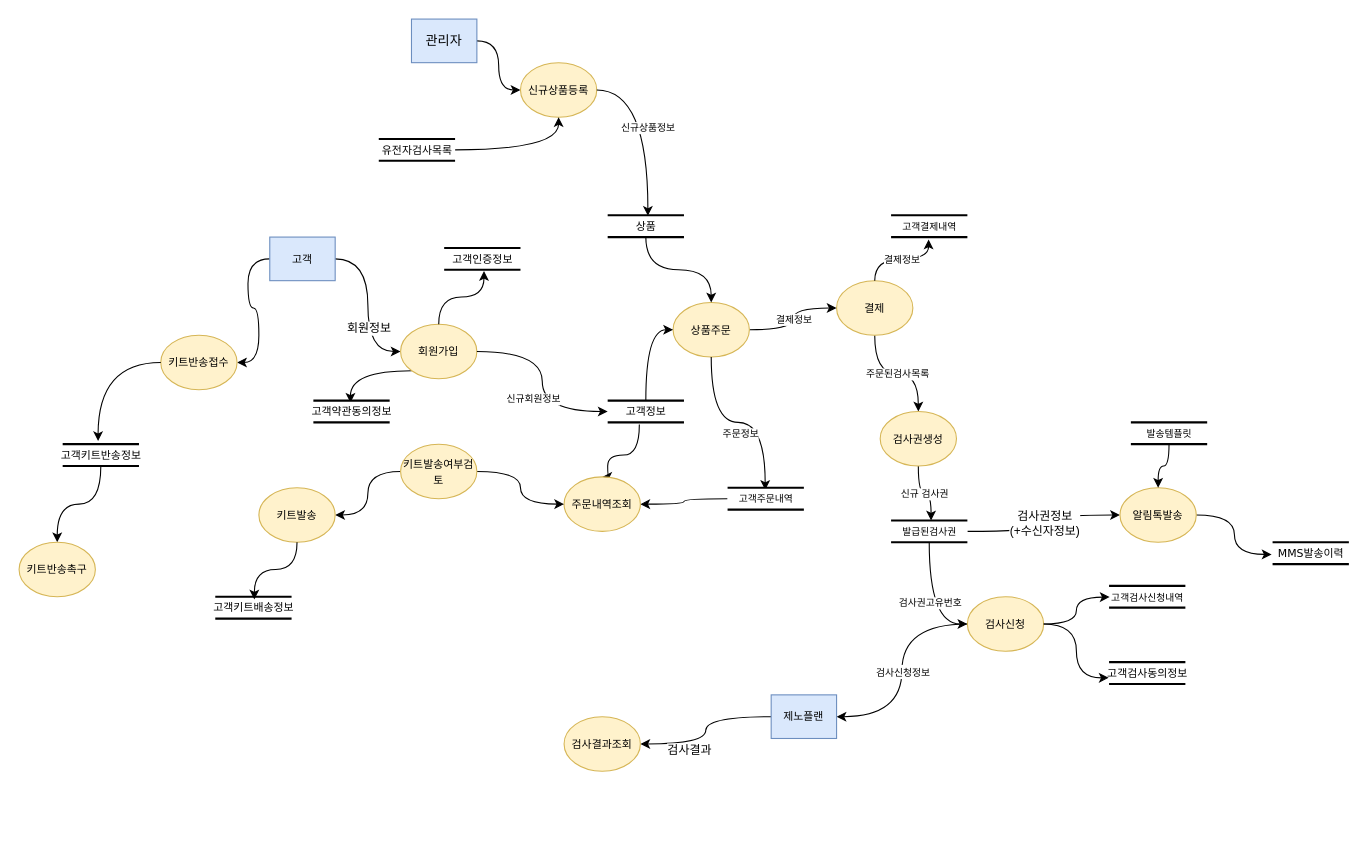
k3srpn/Architecture keeps this draw.io diagram as DFD_제노플랜.drawio. Above is the earlier version. Source tidied: cells renumbered, new cells numbered last; positions are measured from the earlier drawing's top-left corner, leaving out a move shared by most shapes. Both pictures are drawn from the tidied source at 109%, with x=0, y=0 at pixel (19, 19).
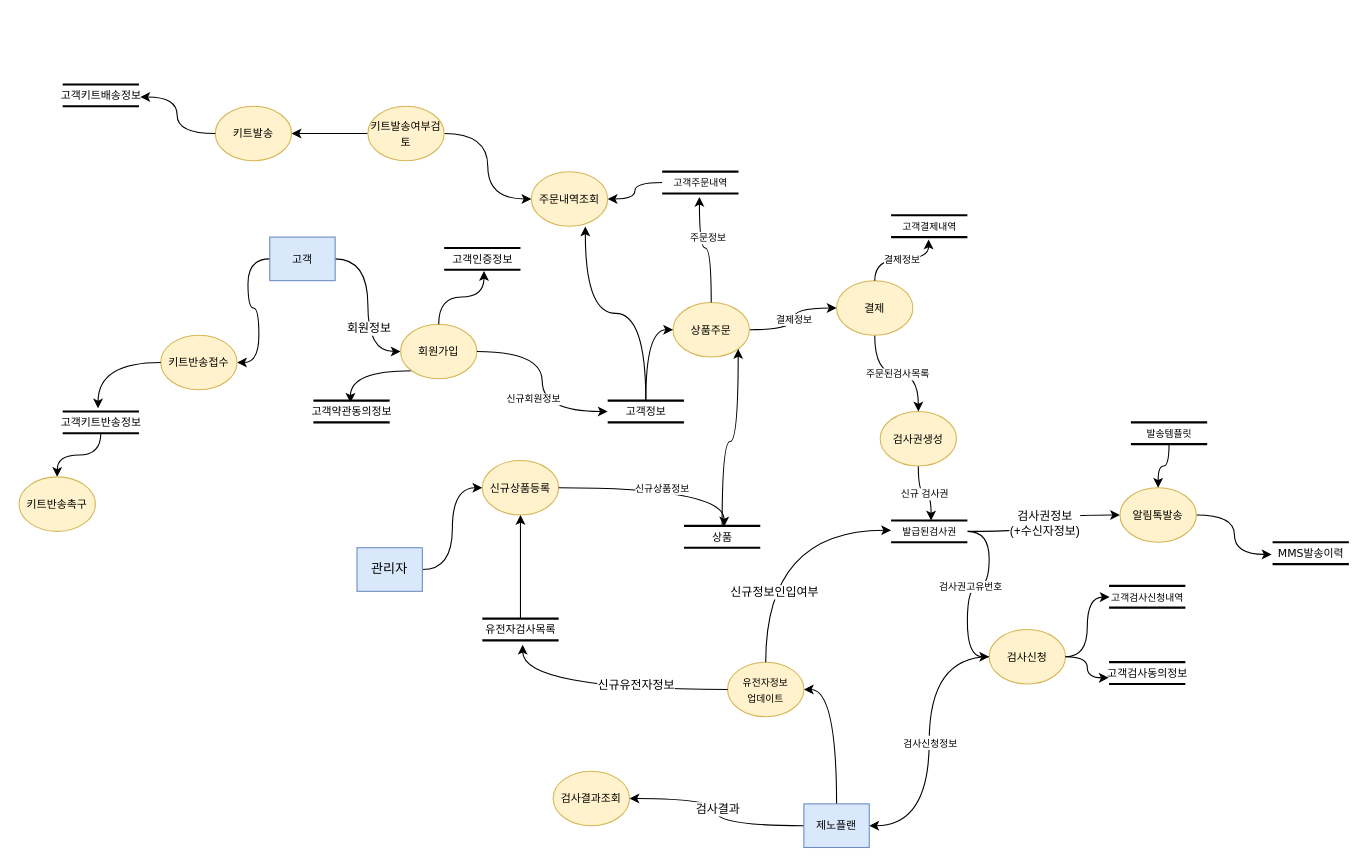
The same page after the edit.

Commit message:
유전자정보업데이트 프로세스 추가

Unchanged cells that the change refers to:
```xml
<mxCell id="11" value="&lt;font style=&quot;font-size: 10px;&quot;&gt;상품주문&lt;/font&gt;" style="ellipse;whiteSpace=wrap;html=1;rounded=1;shadow=0;comic=0;labelBackgroundColor=none;strokeWidth=1;fontFamily=Verdana;fontSize=12;align=center;fillColor=#fff2cc;strokeColor=#d6b656;" parent="1" vertex="1">
  <mxGeometry x="600" y="260" width="70" height="50" as="geometry" />
</mxCell>
<mxCell id="16" style="edgeStyle=orthogonalEdgeStyle;rounded=0;jettySize=auto;html=1;entryX=1;entryY=0.5;entryDx=0;entryDy=0;curved=1;" parent="1" edge="1" source="18" target="29">
  <mxGeometry relative="1" as="geometry" />
</mxCell>
<mxCell id="28" value="&lt;font style=&quot;font-size: 9px;&quot;&gt;발급된검사권&lt;br&gt;&lt;/font&gt;" style="html=1;rounded=0;shadow=0;comic=0;labelBackgroundColor=none;strokeWidth=2;fontFamily=Verdana;fontSize=12;align=center;shape=mxgraph.ios7ui.horLines;" parent="1" vertex="1">
  <mxGeometry x="800" y="460" width="70" height="20" as="geometry" />
</mxCell>
<mxCell id="53" value="&lt;font size=&quot;1&quot;&gt;고객정보&lt;/font&gt;" style="html=1;rounded=0;shadow=0;comic=0;labelBackgroundColor=none;strokeWidth=2;fontFamily=Verdana;fontSize=12;align=center;shape=mxgraph.ios7ui.horLines;" parent="1" vertex="1">
  <mxGeometry x="540" y="350" width="70" height="20" as="geometry" />
</mxCell>
```

What changed in the source:
```diff
@@
     <mxCell id="5" value="&lt;font style=&quot;font-size: 10px;&quot;&gt;검사신청&lt;/font&gt;" style="ellipse;whiteSpace=wrap;html=1;rounded=1;shadow=0;comic=0;labelBackgroundColor=none;strokeWidth=1;fontFamily=Verdana;fontSize=12;align=center;fillColor=#fff2cc;strokeColor=#d6b656;" parent="1" vertex="1">
-      <mxGeometry x="870" y="530" width="70" height="50" as="geometry" />
+      <mxGeometry x="890" y="560" width="70" height="50" as="geometry" />
     </mxCell>
@@
-    <mxCell id="12" style="edgeStyle=orthogonalEdgeStyle;rounded=0;jettySize=auto;html=1;entryX=0.493;entryY=0.1;entryDx=0;entryDy=0;entryPerimeter=0;curved=1;" parent="1" edge="1" source="11" target="15">
+    <mxCell id="12" style="edgeStyle=orthogonalEdgeStyle;rounded=0;jettySize=auto;html=1;entryX=0.488;entryY=1.159;entryDx=0;entryDy=0;entryPerimeter=0;curved=1;" parent="1" edge="1" source="11" target="15">
       <mxGeometry relative="1" as="geometry" />
     </mxCell>
@@
     <mxCell id="15" value="&lt;font style=&quot;font-size: 9px;&quot;&gt;고객주문내역&lt;/font&gt;" style="html=1;rounded=0;shadow=0;comic=0;labelBackgroundColor=none;strokeWidth=2;fontFamily=Verdana;fontSize=12;align=center;shape=mxgraph.ios7ui.horLines;" parent="1" vertex="1">
-      <mxGeometry x="650" y="430" width="70" height="20" as="geometry" />
+      <mxGeometry x="590" y="140" width="70" height="20" as="geometry" />
     </mxCell>
@@
     <mxCell id="17" value="검사결과" style="edgeLabel;html=1;align=center;verticalAlign=middle;" parent="16" vertex="1">
       <mxGeometry relative="1" as="geometry">
-        <mxPoint x="-16" y="17" as="offset" />
+        <mxPoint y="-3" as="offset" />
       </mxGeometry>
     </mxCell>
+    <mxCell id="74" style="edgeStyle=orthogonalEdgeStyle;rounded=0;jettySize=auto;html=1;entryX=1;entryY=0.5;entryDx=0;entryDy=0;curved=1;exitX=0.5;exitY=0;exitDx=0;exitDy=0;" parent="1" edge="1" source="18" target="75">
+      <mxGeometry relative="1" as="geometry" />
+    </mxCell>
     <mxCell id="18" value="&lt;span style=&quot;font-size: 10px;&quot;&gt;제노플랜&lt;/span&gt;" style="rounded=0;whiteSpace=wrap;html=1;fillColor=#dae8fc;strokeColor=#6c8ebf;" parent="1" vertex="1">
-      <mxGeometry x="690" y="620" width="60" height="40" as="geometry" />
+      <mxGeometry x="720" y="720" width="60" height="40" as="geometry" />
     </mxCell>
@@
     <mxCell id="29" value="&lt;span style=&quot;font-size: 10px;&quot;&gt;검사결과조회&lt;/span&gt;" style="ellipse;whiteSpace=wrap;html=1;rounded=1;shadow=0;comic=0;labelBackgroundColor=none;strokeWidth=1;fontFamily=Verdana;fontSize=12;align=center;fillColor=#fff2cc;strokeColor=#d6b656;" parent="1" vertex="1">
-      <mxGeometry x="500" y="640" width="70" height="50" as="geometry" />
+      <mxGeometry x="490" y="690" width="70" height="50" as="geometry" />
     </mxCell>
-    <mxCell id="30" style="edgeStyle=orthogonalEdgeStyle;rounded=0;jettySize=auto;html=1;entryX=0;entryY=0.5;entryDx=0;entryDy=0;curved=1;" parent="1" edge="1" source="31" target="32">
+    <mxCell id="30" style="edgeStyle=orthogonalEdgeStyle;rounded=0;jettySize=auto;html=1;entryX=0;entryY=0.5;entryDx=0;entryDy=0;curved=1;exitX=1;exitY=0.5;exitDx=0;exitDy=0;" parent="1" edge="1" source="31" target="32">
       <mxGeometry relative="1" as="geometry" />
     </mxCell>
     <mxCell id="31" value="관리자" style="rounded=0;whiteSpace=wrap;html=1;fillColor=#dae8fc;strokeColor=#6c8ebf;" parent="1" vertex="1">
-      <mxGeometry x="360" width="60" height="40" as="geometry" />
+      <mxGeometry x="310" y="485" width="60" height="40" as="geometry" />
     </mxCell>
     <mxCell id="32" value="&lt;span style=&quot;font-size: 10px;&quot;&gt;신규상품등록&lt;/span&gt;" style="ellipse;whiteSpace=wrap;html=1;rounded=1;shadow=0;comic=0;labelBackgroundColor=none;strokeWidth=1;fontFamily=Verdana;fontSize=12;align=center;fillColor=#fff2cc;strokeColor=#d6b656;" parent="1" vertex="1">
-      <mxGeometry x="460" y="40" width="70" height="50" as="geometry" />
+      <mxGeometry x="425" y="405" width="70" height="50" as="geometry" />
     </mxCell>
@@
     <mxCell id="34" value="&lt;font size=&quot;1&quot;&gt;유전자검사목록&lt;/font&gt;" style="html=1;rounded=0;shadow=0;comic=0;labelBackgroundColor=none;strokeWidth=2;fontFamily=Verdana;fontSize=12;align=center;shape=mxgraph.ios7ui.horLines;" parent="1" vertex="1">
-      <mxGeometry x="330" y="110" width="70" height="20" as="geometry" />
+      <mxGeometry x="425" y="550" width="70" height="20" as="geometry" />
     </mxCell>
-    <mxCell id="35" style="edgeStyle=orthogonalEdgeStyle;rounded=0;jettySize=auto;html=1;entryX=0.5;entryY=0;entryDx=0;entryDy=0;curved=1;" parent="1" edge="1" source="36" target="11">
+    <mxCell id="35" style="edgeStyle=orthogonalEdgeStyle;rounded=0;jettySize=auto;html=1;entryX=1;entryY=1;entryDx=0;entryDy=0;curved=1;" parent="1" edge="1" source="36" target="11">
       <mxGeometry relative="1" as="geometry" />
     </mxCell>
     <mxCell id="36" value="&lt;font size=&quot;1&quot;&gt;상품&lt;/font&gt;" style="html=1;rounded=0;shadow=0;comic=0;labelBackgroundColor=none;strokeWidth=2;fontFamily=Verdana;fontSize=12;align=center;shape=mxgraph.ios7ui.horLines;" parent="1" vertex="1">
-      <mxGeometry x="540" y="180" width="70" height="20" as="geometry" />
+      <mxGeometry x="610" y="465" width="70" height="20" as="geometry" />
     </mxCell>
@@
-    <mxCell id="52" style="edgeStyle=orthogonalEdgeStyle;rounded=0;jettySize=auto;html=1;entryX=0.5;entryY=0;entryDx=0;entryDy=0;curved=1;exitX=0.415;exitY=1.1;exitDx=0;exitDy=0;exitPerimeter=0;" parent="1" edge="1" source="53" target="56">
-      <mxGeometry relative="1" as="geometry">
-        <Array as="points">
-          <mxPoint x="570" y="400" />
-          <mxPoint x="540" y="400" />
-        </Array>
-      </mxGeometry>
-    </mxCell>
@@
     <mxCell id="56" value="&lt;span style=&quot;font-size: 10px;&quot;&gt;주문내역조회&lt;/span&gt;" style="ellipse;whiteSpace=wrap;html=1;rounded=1;shadow=0;comic=0;labelBackgroundColor=none;strokeWidth=1;fontFamily=Verdana;fontSize=12;align=center;fillColor=#fff2cc;strokeColor=#d6b656;" parent="1" vertex="1">
-      <mxGeometry x="500" y="420" width="70" height="50" as="geometry" />
+      <mxGeometry x="470" y="140" width="70" height="50" as="geometry" />
     </mxCell>
@@
     <mxCell id="59" value="&lt;span style=&quot;font-size: 10px;&quot;&gt;키트발송여부검토&lt;/span&gt;" style="ellipse;whiteSpace=wrap;html=1;rounded=1;shadow=0;comic=0;labelBackgroundColor=none;strokeWidth=1;fontFamily=Verdana;fontSize=12;align=center;fillColor=#fff2cc;strokeColor=#d6b656;" parent="1" vertex="1">
-      <mxGeometry x="350" y="390" width="70" height="50" as="geometry" />
+      <mxGeometry x="320" y="80" width="70" height="50" as="geometry" />
     </mxCell>
     <mxCell id="60" value="&lt;font size=&quot;1&quot;&gt;고객키트배송정보&lt;/font&gt;" style="html=1;rounded=0;shadow=0;comic=0;labelBackgroundColor=none;strokeWidth=2;fontFamily=Verdana;fontSize=12;align=center;shape=mxgraph.ios7ui.horLines;" parent="1" vertex="1">
-      <mxGeometry x="180" y="530" width="70" height="20" as="geometry" />
+      <mxGeometry x="40" y="60" width="70" height="20" as="geometry" />
     </mxCell>
@@
     <mxCell id="67" value="&lt;span style=&quot;font-size: 10px;&quot;&gt;키트발송&lt;/span&gt;" style="ellipse;whiteSpace=wrap;html=1;rounded=1;shadow=0;comic=0;labelBackgroundColor=none;strokeWidth=1;fontFamily=Verdana;fontSize=12;align=center;fillColor=#fff2cc;strokeColor=#d6b656;" parent="1" vertex="1">
-      <mxGeometry x="220" y="430" width="70" height="50" as="geometry" />
+      <mxGeometry x="180" y="80" width="70" height="50" as="geometry" />
     </mxCell>
-    <mxCell id="68" style="edgeStyle=orthogonalEdgeStyle;rounded=0;jettySize=auto;html=1;entryX=0.512;entryY=0.125;entryDx=0;entryDy=0;entryPerimeter=0;curved=1;" parent="1" edge="1" source="67" target="60">
+    <mxCell id="68" style="edgeStyle=orthogonalEdgeStyle;rounded=0;jettySize=auto;html=1;entryX=1.018;entryY=0.571;entryDx=0;entryDy=0;entryPerimeter=0;curved=1;" parent="1" edge="1" source="67" target="60">
       <mxGeometry relative="1" as="geometry" />
     </mxCell>
@@
     <mxCell id="70" value="&lt;font size=&quot;1&quot;&gt;고객키트반송정보&lt;/font&gt;" style="html=1;rounded=0;shadow=0;comic=0;labelBackgroundColor=none;strokeWidth=2;fontFamily=Verdana;fontSize=12;align=center;shape=mxgraph.ios7ui.horLines;" parent="1" vertex="1">
-      <mxGeometry x="40" y="390" width="70" height="20" as="geometry" />
+      <mxGeometry x="40" y="360" width="70" height="20" as="geometry" />
     </mxCell>
@@
     <mxCell id="73" value="&lt;span style=&quot;font-size: 10px;&quot;&gt;키트반송촉구&lt;/span&gt;" style="ellipse;whiteSpace=wrap;html=1;rounded=1;shadow=0;comic=0;labelBackgroundColor=none;strokeWidth=1;fontFamily=Verdana;fontSize=12;align=center;fillColor=#fff2cc;strokeColor=#d6b656;" parent="1" vertex="1">
-      <mxGeometry y="480" width="70" height="50" as="geometry" />
+      <mxGeometry y="420" width="70" height="50" as="geometry" />
     </mxCell>
+    <mxCell id="52" style="edgeStyle=orthogonalEdgeStyle;rounded=0;jettySize=auto;html=1;entryX=0.707;entryY=1.005;entryDx=0;entryDy=0;entryPerimeter=0;curved=1;" parent="1" edge="1" source="53" target="56">
+      <mxGeometry relative="1" as="geometry" />
+    </mxCell>
+    <mxCell id="75" value="&lt;font style=&quot;font-size: 9px;&quot;&gt;유전자정보&lt;br&gt;업데이트&lt;/font&gt;" style="ellipse;whiteSpace=wrap;html=1;rounded=1;shadow=0;comic=0;labelBackgroundColor=none;strokeWidth=1;fontFamily=Verdana;fontSize=12;align=center;fillColor=#fff2cc;strokeColor=#d6b656;" parent="1" vertex="1">
+      <mxGeometry x="650" y="590" width="70" height="50" as="geometry" />
+    </mxCell>
+    <mxCell id="76" style="edgeStyle=orthogonalEdgeStyle;rounded=0;jettySize=auto;html=1;entryX=0.529;entryY=1.2;entryDx=0;entryDy=0;entryPerimeter=0;curved=1;" parent="1" edge="1" source="75" target="34">
+      <mxGeometry relative="1" as="geometry" />
+    </mxCell>
+    <mxCell id="77" value="신규유전자정보" style="edgeLabel;html=1;align=center;verticalAlign=middle;" parent="76" vertex="1">
+      <mxGeometry x="-0.02" y="-12" relative="1" as="geometry">
+        <mxPoint x="27" y="7" as="offset" />
+      </mxGeometry>
+    </mxCell>
+    <mxCell id="78" style="edgeStyle=orthogonalEdgeStyle;rounded=0;jettySize=auto;html=1;entryX=0;entryY=0.45;entryDx=0;entryDy=0;entryPerimeter=0;curved=1;exitX=0.5;exitY=0;exitDx=0;exitDy=0;" parent="1" edge="1" source="75" target="28">
+      <mxGeometry relative="1" as="geometry" />
+    </mxCell>
+    <mxCell id="79" value="신규정보인입여부" style="edgeLabel;html=1;align=center;verticalAlign=middle;" parent="78" vertex="1">
+      <mxGeometry x="0.18" y="-25" relative="1" as="geometry">
+        <mxPoint x="-11" y="31" as="offset" />
+      </mxGeometry>
+    </mxCell>
```
